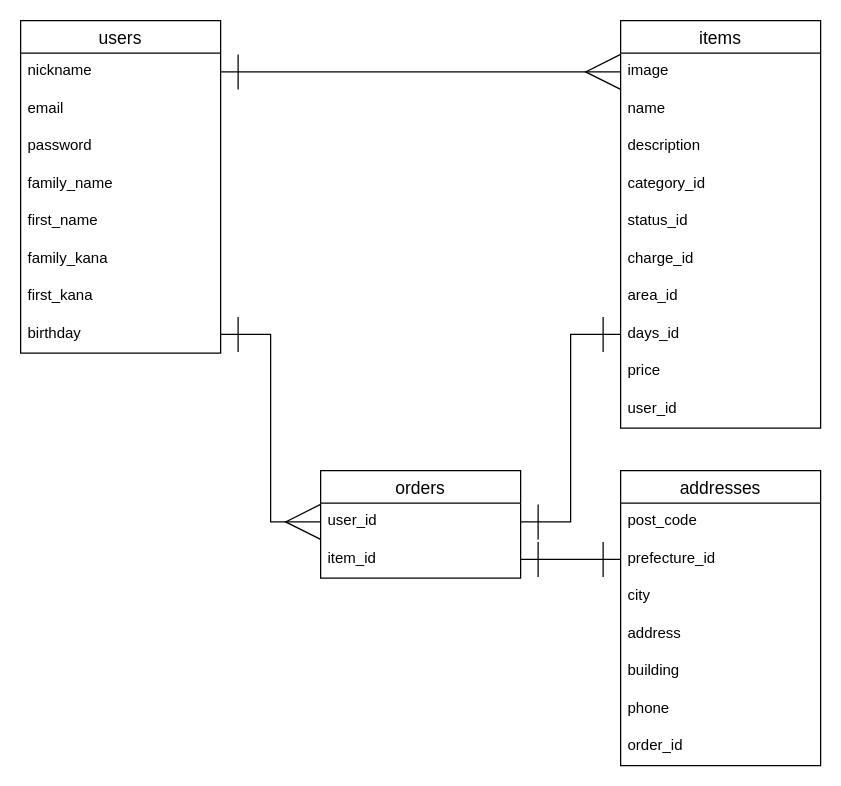
Before: furima.dio in zucky-ryo/furima-31084, a draw.io diagram. Source tidied: cells renumbered, new cells numbered last; positions are measured from the earlier drawing's top-left corner, leaving out a move shared by most shapes. Both pictures are drawn from the tidied source at 125%, with x=0, y=0 at pixel (20, 20).
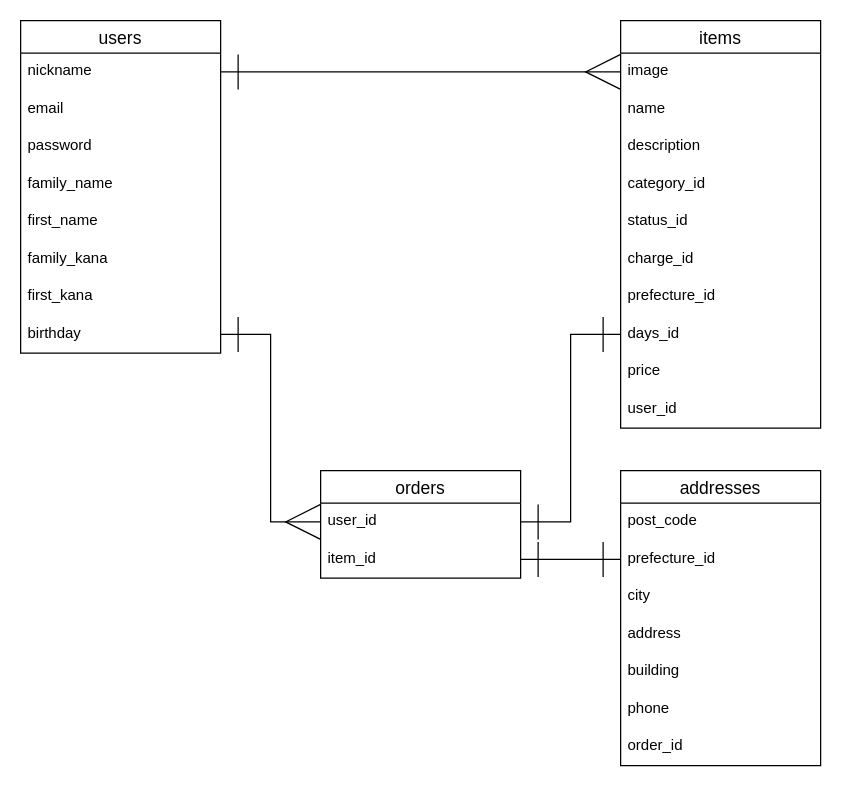
The same page after the edit.

Commit message (it also covers changes not shown here):
READMEの修正2回目

The change refers to these unchanged cells:
```xml
<mxCell id="11" value="items" style="swimlane;fontStyle=0;horizontal=1;startSize=26;align=center;fontSize=14;" parent="1" vertex="1">
  <mxGeometry x="480" width="160" height="326" as="geometry" />
</mxCell>
```

Change to the diagram source:
```diff
@@
-    <mxCell id="18" value="area_id" style="text;strokeColor=none;fillColor=none;spacingLeft=4;spacingRight=4;overflow=hidden;fontSize=12;" parent="11" vertex="1">
+    <mxCell id="18" value="prefecture_id" style="text;strokeColor=none;fillColor=none;spacingLeft=4;spacingRight=4;overflow=hidden;fontSize=12;" parent="11" vertex="1">
       <mxGeometry y="206" width="160" height="30" as="geometry" />
     </mxCell>
```
